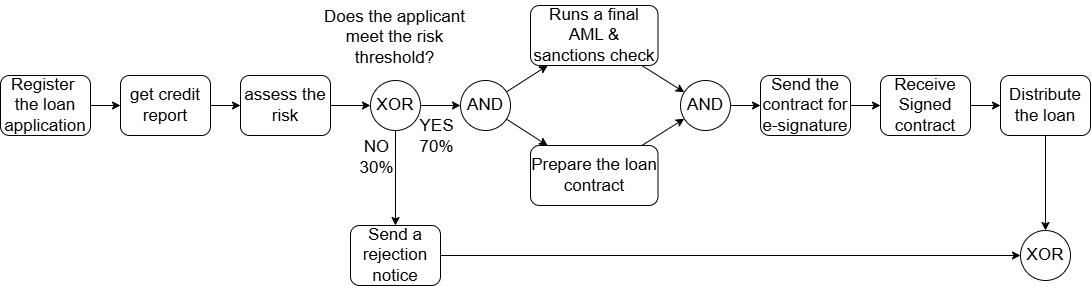
Above: images/0207_asismodel.png in jalaliamin/bpdi (draw.io), before the change. Source tidied: cells renumbered, new cells last; positions are measured from the earlier drawing's top-left corner, leaving out a move shared by most shapes.
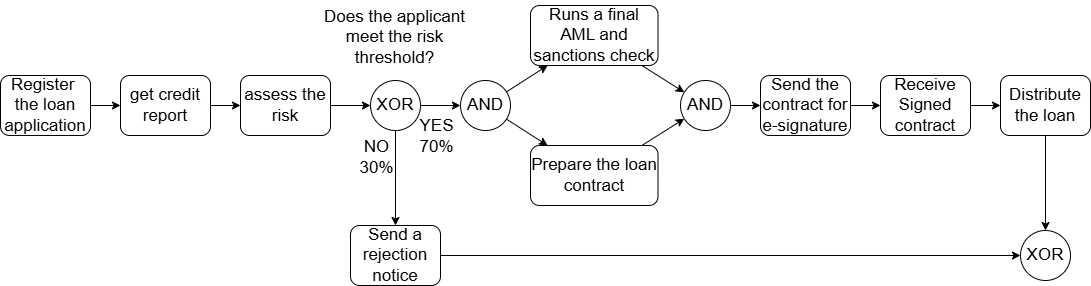
After the change.

Diff of the diagram source:
```diff
@@ -63,7 +63,7 @@
     <mxCell id="20" style="rounded=0;jettySize=auto;html=1;" parent="1" edge="1" source="21" target="25">
       <mxGeometry relative="1" as="geometry" />
     </mxCell>
-    <mxCell id="21" value="Runs a final AML &amp;amp; sanctions check" style="rounded=1;whiteSpace=wrap;html=1;fontSize=17;" parent="1" vertex="1">
+    <mxCell id="21" value="Runs a final AML and sanctions check" style="rounded=1;whiteSpace=wrap;html=1;fontSize=17;" parent="1" vertex="1">
       <mxGeometry x="530" y="5" width="127.5" height="60" as="geometry" />
     </mxCell>
     <mxCell id="22" style="rounded=0;jettySize=auto;html=1;" parent="1" edge="1" source="23" target="25">
```
